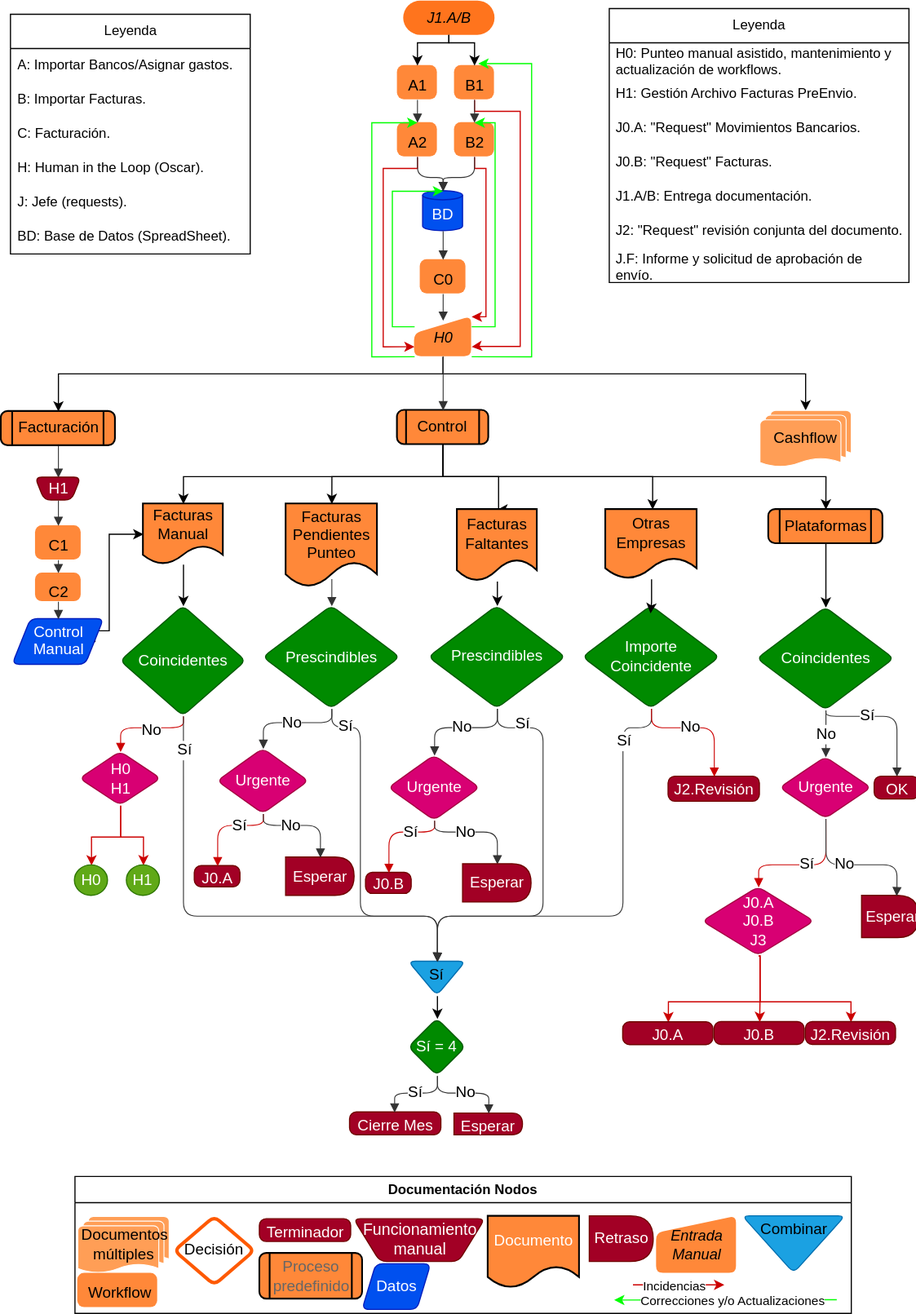
osarcuTech/TheoryTesting keeps this draw.io diagram as Apuntes/n8n/E2E/Flujo Datos.svg. Above is the earlier version. Source tidied: cells renumbered, new cells last; positions are measured from the earlier drawing's top-left corner, leaving out a move shared by most shapes.
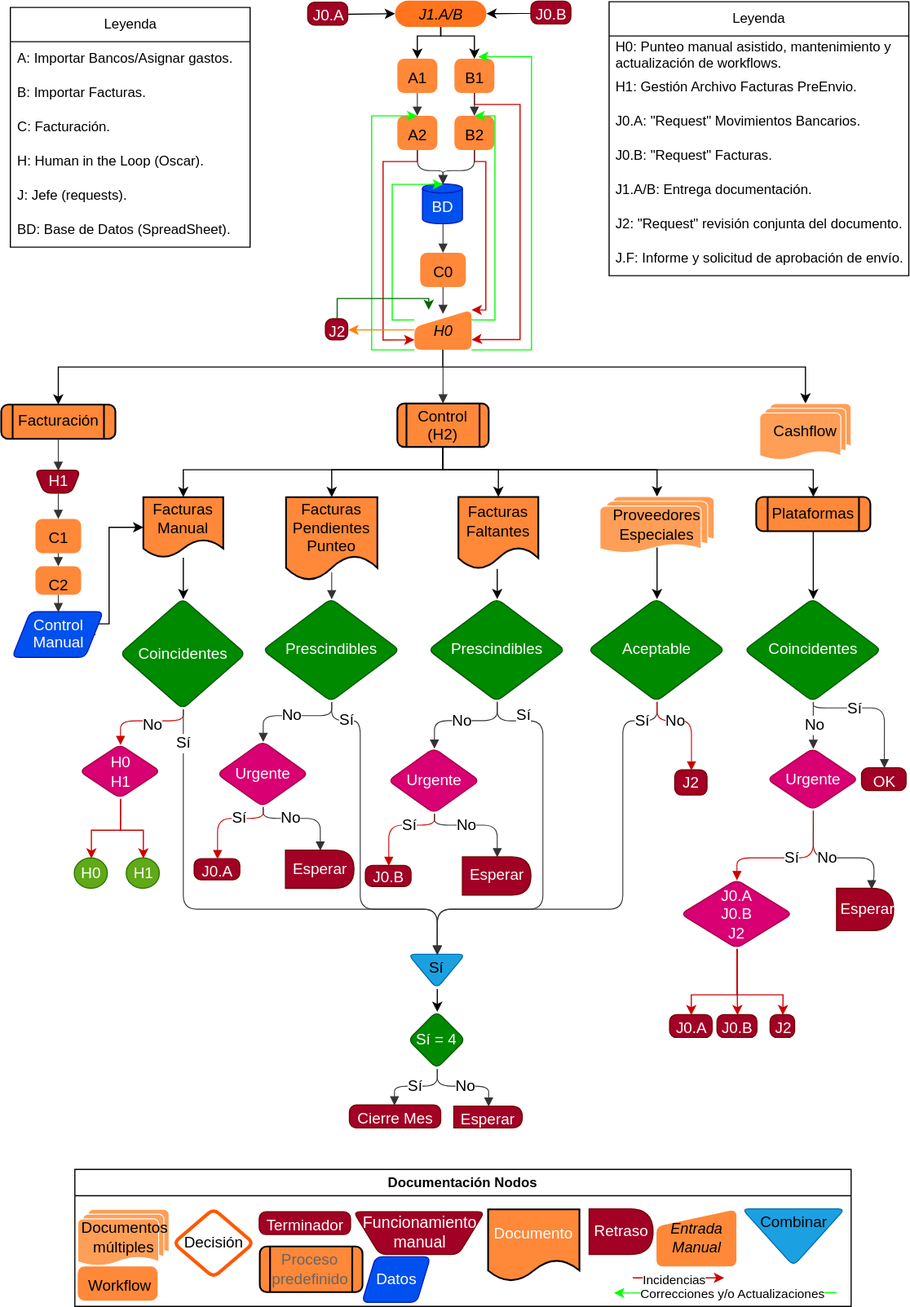
Above is the later version.

The edit, as a diff of the source:
```diff
@@ -50,3 +50,3 @@
     <mxCell id="17" value="&lt;font style=&quot;color: light-dark(rgb(0, 0, 0), rgb(255, 255, 255));&quot;&gt;J1.A/B&lt;/font&gt;" style="html=1;overflow=block;blockSpacing=1;whiteSpace=wrap;rounded=1;arcSize=50;fontSize=13;fontColor=#ffffff;fontStyle=2;spacing=3.8;strokeOpacity=0;fillOpacity=100;fillColor=#ff741d;strokeWidth=0.8;lucidId=-.MDxyrSrIoQ;" parent="1" vertex="1">
-      <mxGeometry x="351.5" width="80" height="30" as="geometry" />
+      <mxGeometry x="344.5" y="6" width="80" height="23" as="geometry" />
     </mxCell>
@@ -124,2 +124,5 @@
     </mxCell>
+    <mxCell id="157" style="edgeStyle=orthogonalEdgeStyle;rounded=0;jettySize=auto;html=1;exitX=0;exitY=0.5;exitDx=0;exitDy=0;entryX=1;entryY=0.5;entryDx=0;entryDy=0;strokeColor=light-dark(#FF8000,#FF8000);" parent="1" edge="1" source="29" target="159">
+      <mxGeometry relative="1" as="geometry" />
+    </mxCell>
     <mxCell id="29" value="&lt;font style=&quot;color: light-dark(rgb(0, 0, 0), rgb(255, 255, 255));&quot;&gt;H0&lt;/font&gt;" style="html=1;overflow=block;blockSpacing=1;whiteSpace=wrap;shape=manualInput;size=15;fontSize=13;fontColor=#ffffff;fontStyle=2;spacing=3.8;strokeOpacity=0;fillOpacity=100;rounded=1;absoluteArcSize=1;arcSize=12;fillColor=#ff8839;strokeWidth=1.5;lucidId=HcW1woopYxNl;" parent="1" vertex="1">
@@ -146,3 +149,2 @@
           <mxPoint x="435" y="417" />
-          <mxPoint x="435" y="446" />
         </Array>
@@ -158,3 +160,3 @@
     </mxCell>
-    <mxCell id="35" style="edgeStyle=orthogonalEdgeStyle;rounded=0;jettySize=auto;html=1;exitX=0.5;exitY=1;exitDx=0;exitDy=0;entryX=0.5;entryY=0;entryDx=0;entryDy=0;" parent="1" edge="1" source="37" target="55">
+    <mxCell id="35" style="edgeStyle=orthogonalEdgeStyle;rounded=0;jettySize=auto;html=1;exitX=0.5;exitY=1;exitDx=0;exitDy=0;entryX=0.5;entryY=0;entryDx=0;entryDy=0;entryPerimeter=0;" parent="1" edge="1" source="37" target="165">
       <mxGeometry relative="1" as="geometry">
@@ -162,4 +164,3 @@
           <mxPoint x="387" y="417" />
-          <mxPoint x="570" y="417" />
-          <mxPoint x="570" y="446" />
+          <mxPoint x="574" y="417" />
         </Array>
@@ -170,4 +171,4 @@
         <Array as="points">
-          <mxPoint x="387" y="417" />
-          <mxPoint x="722" y="417" />
+          <mxPoint x="386" y="417" />
+          <mxPoint x="711" y="417" />
         </Array>
@@ -175,10 +176,14 @@
     </mxCell>
-    <mxCell id="37" value="&lt;font style=&quot;color: light-dark(rgb(0, 0, 0), rgb(255, 255, 255));&quot;&gt;Control&lt;/font&gt;" style="html=1;overflow=block;blockSpacing=1;whiteSpace=wrap;shape=process;fontSize=13.5;fontColor=#666666;align=center;spacing=3.8;strokeOpacity=100;fillOpacity=100;rounded=1;absoluteArcSize=1;arcSize=12;fillColor=#ff8839;strokeWidth=1.5;lucidId=frW1qnWloYgw;" parent="1" vertex="1">
-      <mxGeometry x="346.5" y="359" width="80" height="30" as="geometry" />
+    <mxCell id="37" value="&lt;font style=&quot;color: light-dark(rgb(0, 0, 0), rgb(255, 255, 255));&quot;&gt;Control&lt;br&gt;(H2)&lt;/font&gt;" style="html=1;overflow=block;blockSpacing=1;whiteSpace=wrap;shape=process;fontSize=13.5;fontColor=#666666;align=center;spacing=3.8;strokeOpacity=100;fillOpacity=100;rounded=1;absoluteArcSize=1;arcSize=12;fillColor=#ff8839;strokeWidth=1.5;lucidId=frW1qnWloYgw;" parent="1" vertex="1">
+      <mxGeometry x="346.5" y="359" width="80" height="38" as="geometry" />
     </mxCell>
     <mxCell id="38" style="edgeStyle=orthogonalEdgeStyle;rounded=0;jettySize=auto;html=1;exitX=0.5;exitY=1;exitDx=0;exitDy=0;entryX=0.5;entryY=0;entryDx=0;entryDy=0;" parent="1" edge="1" source="39" target="87">
-      <mxGeometry relative="1" as="geometry" />
+      <mxGeometry relative="1" as="geometry">
+        <Array as="points">
+          <mxPoint x="711" y="476" />
+        </Array>
+      </mxGeometry>
     </mxCell>
     <mxCell id="39" value="&lt;font style=&quot;color: light-dark(rgb(0, 0, 0), rgb(255, 255, 255));&quot;&gt;Plataformas&lt;/font&gt;" style="html=1;overflow=block;blockSpacing=1;whiteSpace=wrap;shape=process;fontSize=13.5;fontColor=#666666;align=center;spacing=3.8;strokeOpacity=100;fillOpacity=100;rounded=1;absoluteArcSize=1;arcSize=12;fillColor=#ff8839;strokeWidth=1.5;lucidId=psW1Kvg~i7yJ;" parent="1" vertex="1">
-      <mxGeometry x="671.8" y="445.9" width="100" height="30" as="geometry" />
+      <mxGeometry x="660.9" y="440.9" width="100" height="30" as="geometry" />
     </mxCell>
@@ -225,6 +230,11 @@
     <mxCell id="51" style="edgeStyle=orthogonalEdgeStyle;rounded=0;jettySize=auto;html=1;" parent="1" edge="1" source="52" target="72">
-      <mxGeometry relative="1" as="geometry" />
+      <mxGeometry relative="1" as="geometry">
+        <Array as="points">
+          <mxPoint x="434" y="517" />
+          <mxPoint x="434" y="517" />
+        </Array>
+      </mxGeometry>
     </mxCell>
     <mxCell id="52" value="&lt;font style=&quot;color: light-dark(rgb(0, 0, 0), rgb(255, 255, 255));&quot;&gt;Facturas &lt;br&gt;Faltantes&lt;/font&gt;" style="html=1;overflow=block;blockSpacing=1;whiteSpace=wrap;shape=document;boundedLbl=1;fontSize=13.5;fontColor=#666666;align=center;spacing=3.8;strokeOpacity=100;fillOpacity=100;rounded=1;absoluteArcSize=1;arcSize=12;fillColor=#ff8839;strokeWidth=1.5;lucidId=yDW1P-9DAZEy;" parent="1" vertex="1">
-      <mxGeometry x="399" y="445.9" width="70" height="63" as="geometry" />
+      <mxGeometry x="400" y="440.9" width="70" height="63" as="geometry" />
     </mxCell>
@@ -236,5 +246,2 @@
     </mxCell>
-    <mxCell id="55" value="&lt;font style=&quot;color: light-dark(rgb(0, 0, 0), rgb(255, 255, 255));&quot;&gt;Otras &lt;br&gt;Empresas&lt;/font&gt;" style="html=1;overflow=block;blockSpacing=1;whiteSpace=wrap;shape=document;boundedLbl=1;fontSize=13.5;fontColor=#666666;align=center;spacing=3.8;strokeOpacity=100;fillOpacity=100;rounded=1;absoluteArcSize=1;arcSize=12;fillColor=#ff8839;strokeWidth=1.5;lucidId=dEW1Szs8QE5p;" parent="1" vertex="1">
-      <mxGeometry x="529" y="445.9" width="80" height="61" as="geometry" />
-    </mxCell>
     <mxCell id="56" value="&lt;div style=&quot;display: flex; justify-content: center; text-align: center; align-items: baseline; line-height: 1.25; margin-top: -2px;&quot;&gt;&lt;span style=&quot;font-size: 13.5px;&quot;&gt;H1&lt;/span&gt;&lt;/div&gt;" style="html=1;overflow=block;blockSpacing=1;whiteSpace=wrap;shape=trapezoid;perimeter=trapezoidPerimeter;anchorPointDirection=0;flipV=1;fontSize=13;spacing=3.8;strokeColor=#6F0000;rounded=1;absoluteArcSize=1;arcSize=12;fillColor=#a20025;strokeWidth=NaN;lucidId=oKW1Ea5UY4b5;fontColor=#ffffff;" parent="1" vertex="1">
@@ -332,2 +339,3 @@
         <Array as="points">
+          <mxPoint x="434" y="620" />
           <mxPoint x="434" y="637" />
@@ -344,10 +352,7 @@
     </mxCell>
-    <mxCell id="77" value="Importe&lt;br&gt;Coincidente" style="html=1;overflow=block;blockSpacing=1;whiteSpace=wrap;rhombus;fontSize=13.5;align=center;spacing=3.8;strokeColor=#005700;rounded=1;absoluteArcSize=1;arcSize=12;fillColor=#008a00;strokeWidth=NaN;lucidId=HMW1gvUPRU_-;fontColor=#ffffff;" parent="1" vertex="1">
-      <mxGeometry x="509" y="530.4" width="120" height="90" as="geometry" />
+    <mxCell id="77" value="Aceptable" style="html=1;overflow=block;blockSpacing=1;whiteSpace=wrap;rhombus;fontSize=13.5;align=center;spacing=3.8;strokeColor=#005700;rounded=1;absoluteArcSize=1;arcSize=12;fillColor=#008a00;strokeWidth=NaN;lucidId=HMW1gvUPRU_-;fontColor=#ffffff;" parent="1" vertex="1">
+      <mxGeometry x="514" y="530.4" width="120" height="90" as="geometry" />
     </mxCell>
-    <mxCell id="78" style="edgeStyle=orthogonalEdgeStyle;rounded=0;jettySize=auto;html=1;entryX=0.493;entryY=0.071;entryDx=0;entryDy=0;entryPerimeter=0;" parent="1" edge="1" source="55" target="77">
-      <mxGeometry relative="1" as="geometry" />
-    </mxCell>
-    <mxCell id="79" value="J2.Revisión" style="html=1;overflow=block;blockSpacing=1;whiteSpace=wrap;fontSize=13.5;align=center;spacing=3.8;strokeColor=#6F0000;rounded=1;absoluteArcSize=1;arcSize=12;fillColor=light-dark(#A20025,#CC0000);strokeWidth=NaN;lucidId=WYW1-hWIxT65;fontColor=#ffffff;" parent="1" vertex="1">
-      <mxGeometry x="584" y="679.9" width="80" height="22" as="geometry" />
+    <mxCell id="79" value="J2" style="html=1;overflow=block;blockSpacing=1;whiteSpace=wrap;fontSize=13.5;align=center;spacing=3.8;strokeColor=#6F0000;rounded=1;absoluteArcSize=1;arcSize=12;fillColor=light-dark(#A20025,#CC0000);strokeWidth=NaN;lucidId=WYW1-hWIxT65;fontColor=#ffffff;" parent="1" vertex="1">
+      <mxGeometry x="590" y="680.5" width="28.2" height="22" as="geometry" />
     </mxCell>
@@ -356,3 +361,3 @@
         <Array as="points">
-          <mxPoint x="569" y="637" />
+          <mxPoint x="574" y="637" />
           <mxPoint x="544" y="637" />
@@ -365,3 +370,3 @@
       <mxGeometry relative="1" as="geometry">
-        <mxPoint x="1" y="-152" as="offset" />
+        <mxPoint x="16" y="-160" as="offset" />
       </mxGeometry>
@@ -371,4 +376,4 @@
         <Array as="points">
-          <mxPoint x="569" y="637" />
-          <mxPoint x="624" y="637" />
+          <mxPoint x="574" y="637" />
+          <mxPoint x="604" y="637" />
         </Array>
@@ -377,3 +382,5 @@
     <mxCell id="83" value="No" style="text;html=1;labelBackgroundColor=default;align=center;verticalAlign=middle;fontSize=13.5;" parent="82" vertex="1">
-      <mxGeometry x="-0.12" relative="1" as="geometry" />
+      <mxGeometry x="-0.12" relative="1" as="geometry">
+        <mxPoint x="-8" as="offset" />
+      </mxGeometry>
     </mxCell>
@@ -396,9 +403,9 @@
     <mxCell id="87" value="Coincidentes" style="html=1;overflow=block;blockSpacing=1;whiteSpace=wrap;rhombus;fontSize=13.5;align=center;spacing=3.8;strokeColor=#005700;rounded=1;absoluteArcSize=1;arcSize=12;fillColor=#008a00;strokeWidth=NaN;lucidId=HMW1gvUPRU_-;fontColor=#ffffff;" parent="1" vertex="1">
-      <mxGeometry x="661.8" y="531.8" width="120" height="90" as="geometry" />
+      <mxGeometry x="650.9" y="530.5" width="120" height="90" as="geometry" />
     </mxCell>
     <mxCell id="88" value="Urgente" style="html=1;overflow=block;blockSpacing=1;whiteSpace=wrap;rhombus;fontSize=13.5;align=center;spacing=3.8;strokeColor=#A50040;rounded=1;absoluteArcSize=1;arcSize=12;fillColor=#d80073;strokeWidth=NaN;lucidId=46W13qDdThRs;fontColor=#ffffff;" parent="1" vertex="1">
-      <mxGeometry x="681.7" y="662.9" width="80" height="54" as="geometry" />
+      <mxGeometry x="670.9" y="661.6" width="80" height="54" as="geometry" />
     </mxCell>
     <mxCell id="89" value="Esperar" style="html=1;overflow=block;blockSpacing=1;whiteSpace=wrap;shape=delay;fontSize=13.5;align=center;spacing=3.8;strokeColor=#6F0000;rounded=1;absoluteArcSize=1;arcSize=12;fillColor=#a20025;strokeWidth=NaN;lucidId=r8W1ES5RfwKj;fontColor=#ffffff;" parent="1" vertex="1">
-      <mxGeometry x="753.5" y="784.3" width="50" height="37" as="geometry" />
+      <mxGeometry x="731.8" y="784.3" width="50" height="37" as="geometry" />
     </mxCell>
@@ -407,4 +414,5 @@
         <Array as="points">
-          <mxPoint x="722" y="757" />
-          <mxPoint x="662" y="757" />
+          <mxPoint x="711" y="757" />
+          <mxPoint x="644" y="757" />
+          <mxPoint x="644" y="777" />
         </Array>
@@ -417,8 +425,8 @@
     </mxCell>
-    <mxCell id="92" style="edgeStyle=orthogonalEdgeStyle;rounded=0;jettySize=auto;html=1;exitX=0.5;exitY=1;exitDx=0;exitDy=0;entryX=0.5;entryY=0;entryDx=0;entryDy=0;strokeColor=light-dark(#CC0000,#CC0000);fillColor=light-dark(#000000,#CC0000);" parent="1" edge="1" source="94" target="99">
+    <mxCell id="92" style="edgeStyle=orthogonalEdgeStyle;rounded=0;jettySize=auto;html=1;entryX=0.5;entryY=0;entryDx=0;entryDy=0;strokeColor=light-dark(#CC0000,#CC0000);fillColor=light-dark(#000000,#CC0000);exitX=0.5;exitY=1;exitDx=0;exitDy=0;" parent="1" edge="1" source="94" target="99">
       <mxGeometry relative="1" as="geometry">
         <Array as="points">
-          <mxPoint x="664" y="837" />
-          <mxPoint x="664" y="877" />
-          <mxPoint x="584" y="877" />
+          <mxPoint x="644" y="877" />
+          <mxPoint x="604" y="877" />
+          <mxPoint x="604" y="895" />
         </Array>
@@ -429,5 +437,4 @@
         <Array as="points">
-          <mxPoint x="664" y="837" />
-          <mxPoint x="664" y="877" />
-          <mxPoint x="744" y="877" />
+          <mxPoint x="644" y="877" />
+          <mxPoint x="684" y="877" />
         </Array>
@@ -435,4 +442,4 @@
     </mxCell>
-    <mxCell id="94" value="J0.A&lt;br&gt;J0.B&lt;br&gt;J3" style="html=1;overflow=block;blockSpacing=1;whiteSpace=wrap;rhombus;fontSize=13.5;align=center;spacing=3.8;strokeColor=#A50040;rounded=1;absoluteArcSize=1;arcSize=12;fillColor=#d80073;strokeWidth=NaN;lucidId=46W13qDdThRs;fontColor=#ffffff;" parent="1" vertex="1">
-      <mxGeometry x="614" y="776.8" width="97.8" height="60" as="geometry" />
+    <mxCell id="94" value="J0.A&lt;br&gt;J0.B&lt;br&gt;J2" style="html=1;overflow=block;blockSpacing=1;whiteSpace=wrap;rhombus;fontSize=13.5;align=center;spacing=3.8;strokeColor=#A50040;rounded=1;absoluteArcSize=1;arcSize=12;fillColor=#d80073;strokeWidth=NaN;lucidId=46W13qDdThRs;fontColor=#ffffff;" parent="1" vertex="1">
+      <mxGeometry x="595.2" y="776.8" width="97.8" height="60" as="geometry" />
     </mxCell>
@@ -441,3 +448,3 @@
         <Array as="points">
-          <mxPoint x="722.8" y="626.1" />
+          <mxPoint x="711.9" y="624.9" />
         </Array>
@@ -451,5 +458,6 @@
         <Array as="points">
-          <mxPoint x="722" y="757" />
-          <mxPoint x="784" y="757" />
-          <mxPoint x="784" y="777" />
+          <mxPoint x="711" y="757" />
+          <mxPoint x="764" y="757" />
+          <mxPoint x="764" y="777" />
+          <mxPoint x="762" y="777" />
         </Array>
@@ -463,9 +471,9 @@
     <mxCell id="99" value="J0.A" style="html=1;overflow=block;blockSpacing=1;whiteSpace=wrap;fontSize=13.5;align=center;spacing=3.8;strokeColor=#6F0000;rounded=1;absoluteArcSize=1;arcSize=12;fillColor=light-dark(#A20025,#CC0000);strokeWidth=NaN;lucidId=WYW1-hWIxT65;fontColor=#ffffff;" parent="1" vertex="1">
-      <mxGeometry x="544.2" y="895" width="79" height="20" as="geometry" />
+      <mxGeometry x="585.5" y="894.8" width="37.2" height="20" as="geometry" />
     </mxCell>
     <mxCell id="100" value="J0.B" style="html=1;overflow=block;blockSpacing=1;whiteSpace=wrap;fontSize=13.5;align=center;spacing=3.8;strokeColor=#6F0000;rounded=1;absoluteArcSize=1;arcSize=12;fillColor=light-dark(#A20025,#CC0000);strokeWidth=NaN;lucidId=WYW1-hWIxT65;fontColor=#ffffff;" parent="1" vertex="1">
-      <mxGeometry x="624.2" y="894.8" width="79" height="20" as="geometry" />
+      <mxGeometry x="627" y="894.8" width="35" height="20" as="geometry" />
     </mxCell>
-    <mxCell id="101" value="J2.Revisión" style="html=1;overflow=block;blockSpacing=1;whiteSpace=wrap;fontSize=13.5;align=center;spacing=3.8;strokeColor=#6F0000;rounded=1;absoluteArcSize=1;arcSize=12;fillColor=light-dark(#A20025,#CC0000);strokeWidth=NaN;lucidId=WYW1-hWIxT65;fontColor=#ffffff;" parent="1" vertex="1">
-      <mxGeometry x="704.2" y="894.8" width="79" height="20" as="geometry" />
+    <mxCell id="101" value="J2" style="html=1;overflow=block;blockSpacing=1;whiteSpace=wrap;fontSize=13.5;align=center;spacing=3.8;strokeColor=#6F0000;rounded=1;absoluteArcSize=1;arcSize=12;fillColor=light-dark(#A20025,#CC0000);strokeWidth=NaN;lucidId=WYW1-hWIxT65;fontColor=#ffffff;" parent="1" vertex="1">
+      <mxGeometry x="673.5" y="894.8" width="21.5" height="20" as="geometry" />
     </mxCell>
@@ -561,4 +569,4 @@
         <Array as="points">
-          <mxPoint x="722" y="627" />
-          <mxPoint x="784" y="627" />
+          <mxPoint x="711.1" y="625.7" />
+          <mxPoint x="773.1" y="625.7" />
         </Array>
@@ -588,3 +596,3 @@
     <mxCell id="124" value="OK" style="html=1;overflow=block;blockSpacing=1;whiteSpace=wrap;fontSize=13.5;align=center;spacing=3.8;strokeColor=#6F0000;rounded=1;absoluteArcSize=1;arcSize=12;fillColor=light-dark(#A20025,#CC0000);strokeWidth=NaN;lucidId=WYW1-hWIxT65;fontColor=#ffffff;" parent="1" vertex="1">
-      <mxGeometry x="764.5" y="679.9" width="39" height="20" as="geometry" />
+      <mxGeometry x="753.6" y="678.6" width="39" height="20" as="geometry" />
     </mxCell>
@@ -599,3 +607,3 @@
         <Array as="points">
-          <mxPoint x="392" y="37" />
+          <mxPoint x="384" y="37" />
           <mxPoint x="414" y="37" />
@@ -607,3 +615,3 @@
         <Array as="points">
-          <mxPoint x="392" y="37" />
+          <mxPoint x="384" y="37" />
           <mxPoint x="364" y="37" />
@@ -633,4 +641,4 @@
         <Array as="points">
-          <mxPoint x="664" y="837" />
-          <mxPoint x="664" y="878" />
+          <mxPoint x="644" y="867" />
+          <mxPoint x="645" y="867" />
         </Array>
@@ -727,2 +735,40 @@
     </mxCell>
+    <mxCell id="158" style="edgeStyle=orthogonalEdgeStyle;rounded=0;jettySize=auto;html=1;exitX=0.5;exitY=0;exitDx=0;exitDy=0;entryX=0.25;entryY=0;entryDx=0;entryDy=0;strokeColor=light-dark(#006600,#006600);" parent="1" edge="1" source="159" target="29">
+      <mxGeometry relative="1" as="geometry">
+        <Array as="points">
+          <mxPoint x="294" y="267" />
+          <mxPoint x="374" y="267" />
+        </Array>
+      </mxGeometry>
+    </mxCell>
+    <mxCell id="159" value="J2" style="html=1;overflow=block;blockSpacing=1;whiteSpace=wrap;fontSize=13.5;align=center;spacing=3.8;strokeColor=#6F0000;rounded=1;absoluteArcSize=1;arcSize=12;fillColor=light-dark(#A20025,#CC0000);strokeWidth=NaN;lucidId=WYW1-hWIxT65;fontColor=#ffffff;" parent="1" vertex="1">
+      <mxGeometry x="284" y="285.2" width="19.5" height="18.5" as="geometry" />
+    </mxCell>
+    <mxCell id="160" style="edgeStyle=orthogonalEdgeStyle;rounded=0;jettySize=auto;html=1;exitX=0;exitY=0.5;exitDx=0;exitDy=0;entryX=1;entryY=0.5;entryDx=0;entryDy=0;" parent="1" edge="1" source="161" target="17">
+      <mxGeometry relative="1" as="geometry">
+        <Array as="points">
+          <mxPoint x="469" y="17" />
+          <mxPoint x="464" y="17" />
+        </Array>
+      </mxGeometry>
+    </mxCell>
+    <mxCell id="161" value="J0.B" style="html=1;overflow=block;blockSpacing=1;whiteSpace=wrap;fontSize=13.5;align=center;spacing=3.8;strokeColor=#6F0000;rounded=1;absoluteArcSize=1;arcSize=12;fillColor=light-dark(#A20025,#CC0000);strokeWidth=NaN;lucidId=WYW1-hWIxT65;fontColor=#ffffff;" parent="1" vertex="1">
+      <mxGeometry x="464" y="7" width="35" height="20" as="geometry" />
+    </mxCell>
+    <mxCell id="162" style="edgeStyle=orthogonalEdgeStyle;rounded=0;jettySize=auto;html=1;exitX=1;exitY=0.5;exitDx=0;exitDy=0;entryX=0;entryY=0.5;entryDx=0;entryDy=0;" parent="1" edge="1" source="163" target="17">
+      <mxGeometry relative="1" as="geometry">
+        <Array as="points">
+          <mxPoint x="304" y="17" />
+        </Array>
+      </mxGeometry>
+    </mxCell>
+    <mxCell id="163" value="J0.A" style="html=1;overflow=block;blockSpacing=1;whiteSpace=wrap;fontSize=13.5;align=center;spacing=3.8;strokeColor=#6F0000;rounded=1;absoluteArcSize=1;arcSize=12;fillColor=light-dark(#A20025,#CC0000);strokeWidth=NaN;lucidId=WYW1-hWIxT65;fontColor=#ffffff;" parent="1" vertex="1">
+      <mxGeometry x="268.5" y="8" width="35" height="20" as="geometry" />
+    </mxCell>
+    <mxCell id="164" style="edgeStyle=orthogonalEdgeStyle;rounded=0;jettySize=auto;html=1;exitX=0.5;exitY=0.88;exitDx=0;exitDy=0;exitPerimeter=0;entryX=0.5;entryY=0;entryDx=0;entryDy=0;" parent="1" edge="1" source="165" target="77">
+      <mxGeometry relative="1" as="geometry" />
+    </mxCell>
+    <mxCell id="165" value="Proveedores&lt;div&gt;Especiales&lt;/div&gt;" style="html=1;overflow=block;blockSpacing=1;whiteSpace=wrap;shape=mxgraph.flowchart.multi-document;fontSize=13.5;align=center;spacing=3.8;strokeColor=#ffffff;strokeOpacity=100;fillOpacity=100;rounded=1;absoluteArcSize=1;arcSize=12;fillColor=#ff9e56;strokeWidth=0.8;lucidId=6qa2kPZ4ZO-Z;" parent="1" vertex="1">
+      <mxGeometry x="524" y="440.5" width="100" height="50" as="geometry" />
+    </mxCell>
   </root>
```
